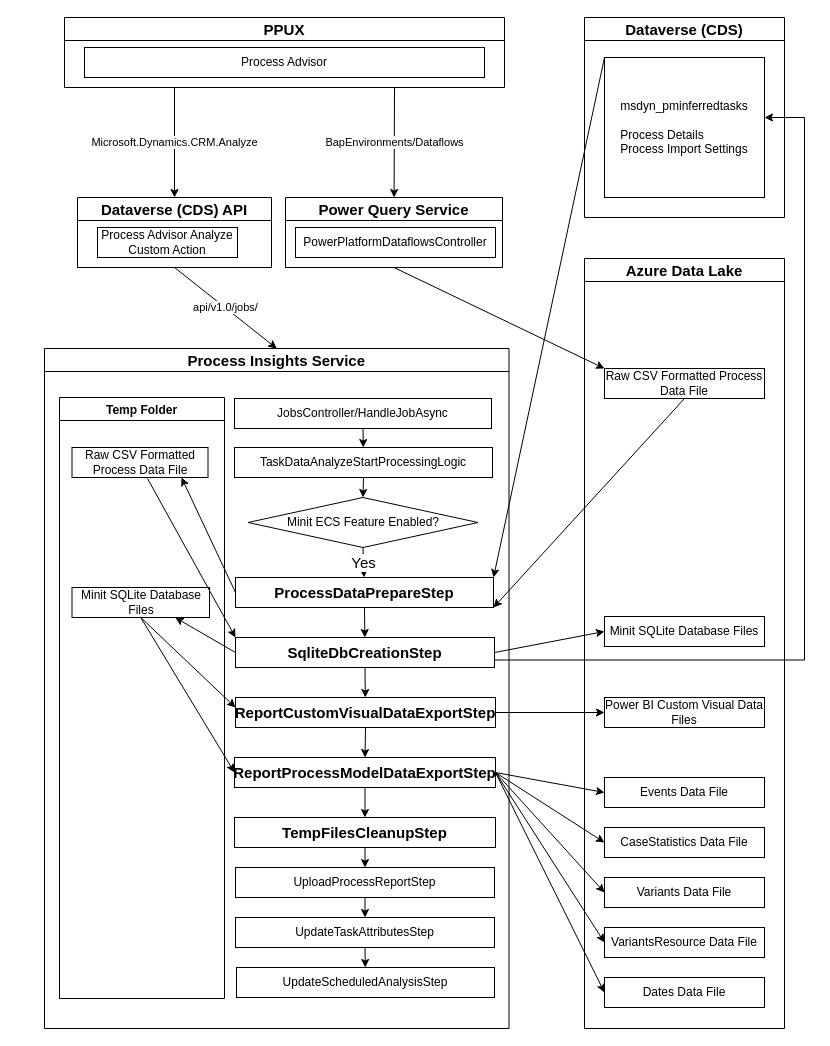
luchenatwork/Diagram keeps this draw.io diagram as Process Insights Service and Minit Integration.drawio. Above is the earlier version. Source tidied: cells renumbered, new cells numbered last; positions are measured from the earlier drawing's top-left corner, leaving out a move shared by most shapes. Both pictures are drawn from the tidied source at 100%, with x=0, y=0 at pixel (44, 17).
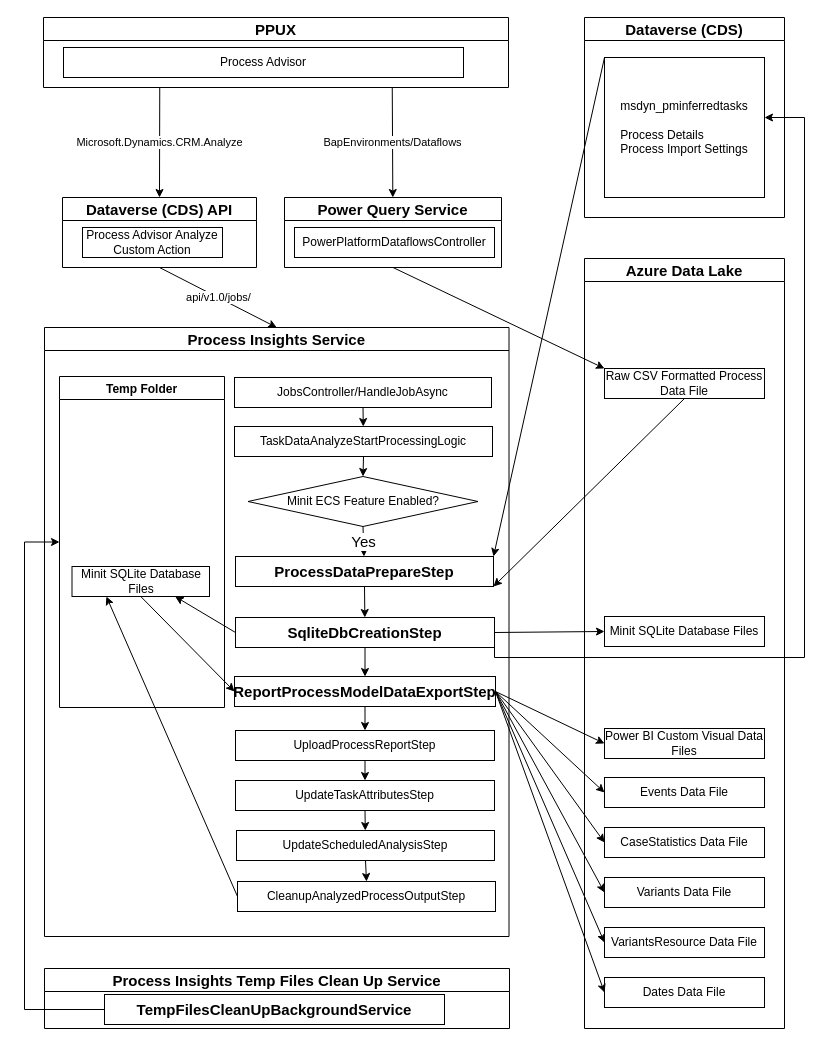
The same diagram, later.

The change refers to these unchanged cells:
```xml
<mxCell id="9" value="&lt;b&gt;&lt;font style=&quot;font-size: 15px;&quot;&gt;ProcessDataPrepareStep&lt;/font&gt;&lt;/b&gt;" style="rounded=0;whiteSpace=wrap;html=1;" parent="6" vertex="1">
  <mxGeometry x="191" y="229" width="258" height="30" as="geometry" />
</mxCell>
<mxCell id="25" value="Minit SQLite Database Files" style="rounded=0;whiteSpace=wrap;html=1;" parent="23" vertex="1">
  <mxGeometry x="12.5" y="190" width="137.5" height="30" as="geometry" />
</mxCell>
<mxCell id="40" value="Azure Data Lake" style="swimlane;fontSize=15;" parent="1" vertex="1">
  <mxGeometry x="540" y="241" width="200" height="770" as="geometry" />
</mxCell>
```

What changed in the source:
```diff
@@
     <mxCell id="2" value="PPUX" style="swimlane;fontSize=15;" parent="1" vertex="1">
-      <mxGeometry x="20" width="440" height="70" as="geometry" />
+      <mxGeometry x="-1" width="465" height="70" as="geometry" />
     </mxCell>
@@
     <mxCell id="4" value="Dataverse (CDS) API" style="swimlane;fontSize=15;" parent="1" vertex="1">
-      <mxGeometry x="33" y="180" width="194" height="70" as="geometry" />
+      <mxGeometry x="18" y="180" width="194" height="70" as="geometry" />
     </mxCell>
@@
     <mxCell id="6" value="Process Insights Service" style="swimlane;startSize=23;fontSize=15;" parent="1" vertex="1">
-      <mxGeometry y="331" width="464.5" height="680" as="geometry" />
+      <mxGeometry y="310" width="464.5" height="609" as="geometry" />
     </mxCell>
@@
     <mxCell id="10" value="SqliteDbCreationStep" style="rounded=0;whiteSpace=wrap;html=1;fontStyle=1;fontSize=15;" parent="6" vertex="1">
-      <mxGeometry x="191" y="289" width="259" height="30" as="geometry" />
+      <mxGeometry x="191" y="290" width="259" height="30" as="geometry" />
     </mxCell>
-    <mxCell id="11" value="ReportCustomVisualDataExportStep" style="rounded=0;whiteSpace=wrap;html=1;fontStyle=1;fontSize=15;" parent="6" vertex="1">
-      <mxGeometry x="191" y="349" width="260" height="30" as="geometry" />
-    </mxCell>
     <mxCell id="12" value="UploadProcessReportStep" style="rounded=0;whiteSpace=wrap;html=1;" parent="6" vertex="1">
-      <mxGeometry x="191" y="519" width="259" height="30" as="geometry" />
+      <mxGeometry x="191" y="403" width="259" height="30" as="geometry" />
     </mxCell>
     <mxCell id="13" value="UpdateTaskAttributesStep" style="rounded=0;whiteSpace=wrap;html=1;" parent="6" vertex="1">
-      <mxGeometry x="191" y="569" width="259" height="30" as="geometry" />
+      <mxGeometry x="191" y="453" width="259" height="30" as="geometry" />
     </mxCell>
     <mxCell id="14" value="UpdateScheduledAnalysisStep" style="rounded=0;whiteSpace=wrap;html=1;" parent="6" vertex="1">
-      <mxGeometry x="192" y="619" width="258" height="30" as="geometry" />
+      <mxGeometry x="192" y="503" width="258" height="30" as="geometry" />
     </mxCell>
     <mxCell id="15" value="ReportProcessModelDataExportStep" style="rounded=0;whiteSpace=wrap;html=1;fontStyle=1;fontSize=15;" parent="6" vertex="1">
-      <mxGeometry x="190" y="409" width="261" height="30" as="geometry" />
+      <mxGeometry x="190" y="349" width="261" height="30" as="geometry" />
     </mxCell>
@@
-    <mxCell id="19" style="endArrow=classic;html=1;rounded=0;fontSize=15;exitX=0.5;exitY=1;exitDx=0;exitDy=0;" parent="6" edge="1" source="10" target="11">
-      <mxGeometry relative="1" as="geometry" />
-    </mxCell>
-    <mxCell id="20" style="endArrow=classic;html=1;rounded=0;fontSize=15;exitX=0.5;exitY=1;exitDx=0;exitDy=0;entryX=0.5;entryY=0;entryDx=0;entryDy=0;" parent="6" edge="1" source="11" target="15">
+    <mxCell id="20" style="endArrow=classic;html=1;rounded=0;fontSize=15;exitX=0.5;exitY=1;exitDx=0;exitDy=0;entryX=0.5;entryY=0;entryDx=0;entryDy=0;" parent="6" edge="1" source="10" target="15">
       <mxGeometry relative="1" as="geometry" />
     </mxCell>
@@
     <mxCell id="23" value="Temp Folder" style="swimlane;startSize=23;" parent="6" vertex="1">
-      <mxGeometry x="15" y="49" width="165" height="601" as="geometry" />
+      <mxGeometry x="15" y="49" width="165" height="331" as="geometry" />
     </mxCell>
-    <mxCell id="24" value="Raw CSV Formatted Process Data File" style="rounded=0;whiteSpace=wrap;html=1;" parent="23" vertex="1">
-      <mxGeometry x="12.5" y="50" width="136" height="30" as="geometry" />
-    </mxCell>
@@
-    <mxCell id="28" style="endArrow=classic;html=1;rounded=0;fontSize=15;entryX=0.805;entryY=1;entryDx=0;entryDy=0;exitX=0;exitY=0.5;exitDx=0;exitDy=0;entryPerimeter=0;" parent="6" edge="1" source="9" target="24">
-      <mxGeometry relative="1" as="geometry" />
-    </mxCell>
@@
-    <mxCell id="30" style="endArrow=classic;html=1;rounded=0;fontSize=15;entryX=0;entryY=0.333;entryDx=0;entryDy=0;entryPerimeter=0;exitX=0.5;exitY=1;exitDx=0;exitDy=0;" parent="6" edge="1" source="25" target="11">
-      <mxGeometry relative="1" as="geometry" />
-    </mxCell>
@@
-    <mxCell id="32" value="TempFilesCleanupStep" style="rounded=0;whiteSpace=wrap;html=1;fontStyle=1;fontSize=15;" parent="6" vertex="1">
-      <mxGeometry x="190" y="469" width="261" height="30" as="geometry" />
-    </mxCell>
-    <mxCell id="33" style="endArrow=classic;html=1;rounded=0;fontSize=15;exitX=0.5;exitY=1;exitDx=0;exitDy=0;entryX=0.5;entryY=0;entryDx=0;entryDy=0;" parent="6" edge="1" source="15" target="32">
-      <mxGeometry relative="1" as="geometry" />
-    </mxCell>
-    <mxCell id="34" style="endArrow=classic;html=1;rounded=0;fontSize=15;exitX=0.5;exitY=1;exitDx=0;exitDy=0;entryX=0.5;entryY=0;entryDx=0;entryDy=0;" parent="6" edge="1" source="32" target="12">
+    <mxCell id="34" style="endArrow=classic;html=1;rounded=0;fontSize=15;exitX=0.5;exitY=1;exitDx=0;exitDy=0;entryX=0.5;entryY=0;entryDx=0;entryDy=0;" parent="6" edge="1" source="15" target="12">
       <mxGeometry relative="1" as="geometry" />
     </mxCell>
-    <mxCell id="35" style="endArrow=classic;html=1;rounded=0;fontSize=15;entryX=0;entryY=0;entryDx=0;entryDy=0;exitX=0.555;exitY=1.033;exitDx=0;exitDy=0;exitPerimeter=0;" parent="6" edge="1" source="24" target="10">
-      <mxGeometry relative="1" as="geometry" />
-    </mxCell>
+    <mxCell id="63" value="CleanupAnalyzedProcessOutputStep" style="rounded=0;whiteSpace=wrap;html=1;" parent="6" vertex="1">
+      <mxGeometry x="193" y="554" width="258" height="30" as="geometry" />
+    </mxCell>
+    <mxCell id="64" style="endArrow=classic;html=1;rounded=0;fontSize=15;exitX=0.5;exitY=1;exitDx=0;exitDy=0;entryX=0.5;entryY=0;entryDx=0;entryDy=0;" parent="6" edge="1" source="14" target="63">
+      <mxGeometry relative="1" as="geometry" />
+    </mxCell>
+    <mxCell id="65" style="endArrow=classic;html=1;rounded=0;fontSize=15;exitX=0;exitY=0.5;exitDx=0;exitDy=0;entryX=0.25;entryY=1;entryDx=0;entryDy=0;" parent="6" edge="1" source="63" target="25">
+      <mxGeometry relative="1" as="geometry" />
+    </mxCell>
@@
     <mxCell id="46" value="Power BI Custom Visual Data Files" style="rounded=0;whiteSpace=wrap;html=1;" parent="40" vertex="1">
-      <mxGeometry x="20" y="439" width="160" height="30" as="geometry" />
+      <mxGeometry x="20" y="470" width="160" height="30" as="geometry" />
     </mxCell>
@@
     <mxCell id="49" value="Power Query Service" style="swimlane;fontSize=15;" parent="1" vertex="1">
-      <mxGeometry x="241" y="180" width="217" height="70" as="geometry" />
+      <mxGeometry x="240" y="180" width="217" height="70" as="geometry" />
     </mxCell>
@@
-    <mxCell id="59" style="endArrow=classic;html=1;rounded=0;exitX=1;exitY=0.5;exitDx=0;exitDy=0;entryX=0;entryY=0.5;entryDx=0;entryDy=0;" parent="1" edge="1" source="11" target="46">
+    <mxCell id="59" style="endArrow=classic;html=1;rounded=0;exitX=1;exitY=0.5;exitDx=0;exitDy=0;entryX=0;entryY=0.5;entryDx=0;entryDy=0;" parent="1" edge="1" source="15" target="46">
       <mxGeometry relative="1" as="geometry" />
     </mxCell>
@@
     <mxCell id="62" style="endArrow=classic;html=1;rounded=0;fontSize=15;exitX=1;exitY=0.75;exitDx=0;exitDy=0;edgeStyle=orthogonalEdgeStyle;" parent="1" edge="1" source="10">
       <mxGeometry relative="1" as="geometry">
         <mxPoint x="720" y="100" as="targetPoint" />
         <Array as="points">
-          <mxPoint x="760" y="643" />
+          <mxPoint x="450" y="640" />
+          <mxPoint x="760" y="640" />
           <mxPoint x="760" y="100" />
         </Array>
       </mxGeometry>
     </mxCell>
+    <mxCell id="66" value="Process Insights Temp Files Clean Up Service" style="swimlane;fontSize=15;" parent="1" vertex="1">
+      <mxGeometry y="951" width="465" height="60" as="geometry" />
+    </mxCell>
+    <mxCell id="67" value="TempFilesCleanUpBackgroundService" style="rounded=0;whiteSpace=wrap;html=1;fontStyle=1;fontSize=15;" parent="66" vertex="1">
+      <mxGeometry x="60" y="26" width="340" height="30" as="geometry" />
+    </mxCell>
+    <mxCell id="68" style="endArrow=classic;html=1;rounded=0;fontSize=15;exitX=0;exitY=0.5;exitDx=0;exitDy=0;entryX=0;entryY=0.5;entryDx=0;entryDy=0;edgeStyle=orthogonalEdgeStyle;" parent="1" edge="1" source="67" target="23">
+      <mxGeometry relative="1" as="geometry">
+        <Array as="points">
+          <mxPoint x="-20" y="992" />
+          <mxPoint x="-20" y="525" />
+        </Array>
+      </mxGeometry>
+    </mxCell>
```
